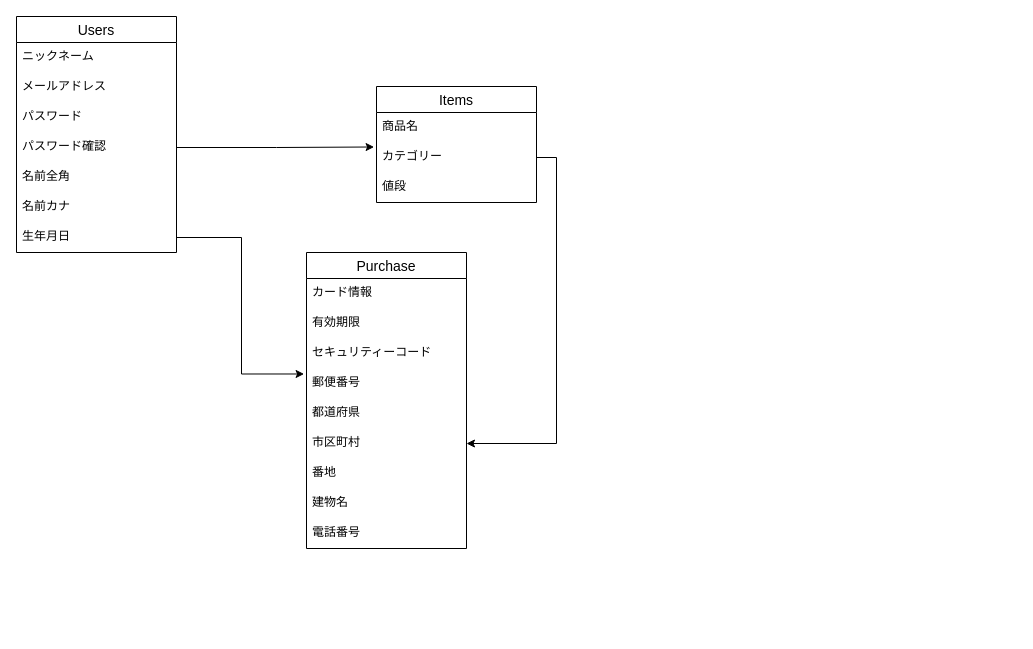
itonaga-takao/furima-34723 keeps this draw.io diagram as .dio. Above is the earlier version. Source tidied: cells renumbered, new cells numbered last; positions are measured from the earlier drawing's top-left corner, leaving out a move shared by most shapes. Both pictures are drawn from the tidied source at 100%, with x=0, y=0 at pixel (16, 16).
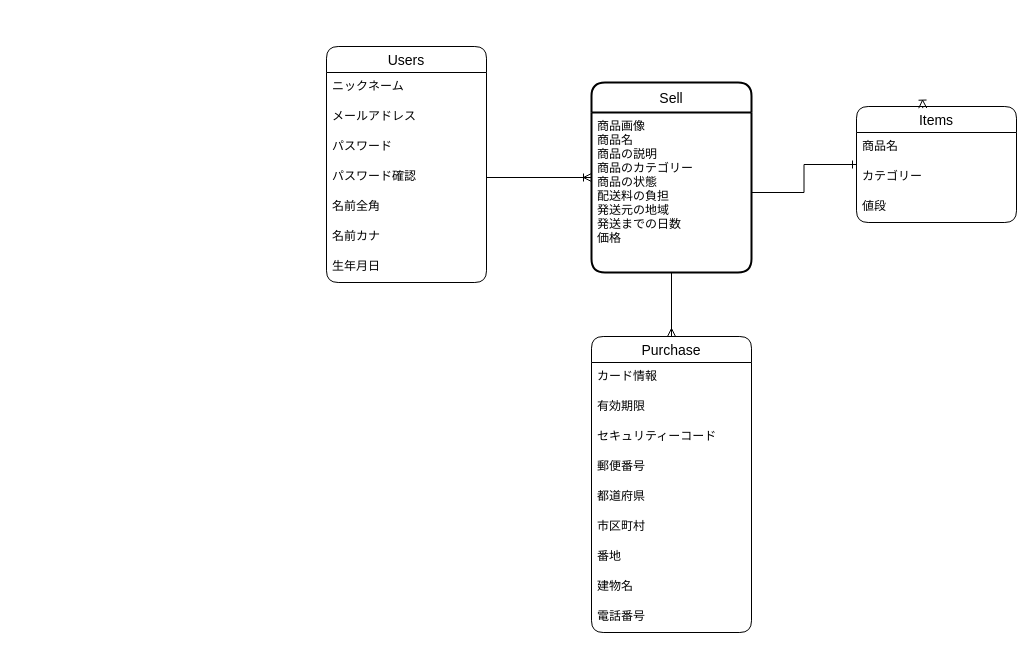
The same diagram, later.

What changed in the source:
```diff
@@
-    <mxCell id="3" value="Items" style="swimlane;fontStyle=0;horizontal=1;startSize=26;align=center;fontSize=14;" parent="1" vertex="1">
-      <mxGeometry x="360" y="70" width="160" height="116" as="geometry" />
+    <mxCell id="3" value="Items" style="swimlane;fontStyle=0;horizontal=1;startSize=26;align=center;fontSize=14;rounded=1;" parent="1" vertex="1">
+      <mxGeometry x="840" y="90" width="160" height="116" as="geometry" />
     </mxCell>
-    <mxCell id="4" value="商品名&#10;&#10;" style="text;strokeColor=none;fillColor=none;spacingLeft=4;spacingRight=4;overflow=hidden;points=[[0,0.5],[1,0.5]];portConstraint=eastwest;fontSize=12;" parent="3" vertex="1">
+    <mxCell id="4" value="商品名&#10;&#10;" style="text;strokeColor=none;fillColor=none;spacingLeft=4;spacingRight=4;overflow=hidden;points=[[0,0.5],[1,0.5]];portConstraint=eastwest;fontSize=12;rounded=1;" parent="3" vertex="1">
       <mxGeometry y="26" width="160" height="30" as="geometry" />
     </mxCell>
-    <mxCell id="5" value="カテゴリー" style="text;strokeColor=none;fillColor=none;spacingLeft=4;spacingRight=4;overflow=hidden;points=[[0,0.5],[1,0.5]];portConstraint=eastwest;fontSize=12;" parent="3" vertex="1">
+    <mxCell id="5" value="カテゴリー" style="text;strokeColor=none;fillColor=none;spacingLeft=4;spacingRight=4;overflow=hidden;points=[[0,0.5],[1,0.5]];portConstraint=eastwest;fontSize=12;rounded=1;" parent="3" vertex="1">
       <mxGeometry y="56" width="160" height="30" as="geometry" />
     </mxCell>
-    <mxCell id="6" value="値段" style="text;strokeColor=none;fillColor=none;spacingLeft=4;spacingRight=4;overflow=hidden;fontSize=12;" parent="3" vertex="1">
+    <mxCell id="6" value="値段" style="text;strokeColor=none;fillColor=none;spacingLeft=4;spacingRight=4;overflow=hidden;fontSize=12;rounded=1;" parent="3" vertex="1">
       <mxGeometry y="86" width="160" height="30" as="geometry" />
     </mxCell>
-    <mxCell id="7" value="Purchase" style="swimlane;fontStyle=0;horizontal=1;startSize=26;align=center;fontSize=14;" parent="1" vertex="1">
-      <mxGeometry x="290" y="236" width="160" height="296" as="geometry" />
+    <mxCell id="7" value="Purchase" style="swimlane;fontStyle=0;horizontal=1;startSize=26;align=center;fontSize=14;rounded=1;" parent="1" vertex="1">
+      <mxGeometry x="575" y="320" width="160" height="296" as="geometry" />
     </mxCell>
-    <mxCell id="8" value="カード情報" style="text;strokeColor=none;fillColor=none;spacingLeft=4;spacingRight=4;overflow=hidden;fontSize=12;" parent="7" vertex="1">
+    <mxCell id="8" value="カード情報" style="text;strokeColor=none;fillColor=none;spacingLeft=4;spacingRight=4;overflow=hidden;fontSize=12;rounded=1;" parent="7" vertex="1">
       <mxGeometry y="26" width="160" height="30" as="geometry" />
     </mxCell>
-    <mxCell id="9" value="有効期限" style="text;strokeColor=none;fillColor=none;spacingLeft=4;spacingRight=4;overflow=hidden;fontSize=12;" parent="7" vertex="1">
+    <mxCell id="9" value="有効期限" style="text;strokeColor=none;fillColor=none;spacingLeft=4;spacingRight=4;overflow=hidden;fontSize=12;rounded=1;" parent="7" vertex="1">
       <mxGeometry y="56" width="160" height="30" as="geometry" />
     </mxCell>
-    <mxCell id="10" value="セキュリティーコード" style="text;strokeColor=none;fillColor=none;spacingLeft=4;spacingRight=4;overflow=hidden;fontSize=12;" parent="7" vertex="1">
+    <mxCell id="10" value="セキュリティーコード" style="text;strokeColor=none;fillColor=none;spacingLeft=4;spacingRight=4;overflow=hidden;fontSize=12;rounded=1;" parent="7" vertex="1">
       <mxGeometry y="86" width="160" height="30" as="geometry" />
     </mxCell>
-    <mxCell id="11" value="郵便番号" style="text;strokeColor=none;fillColor=none;spacingLeft=4;spacingRight=4;overflow=hidden;points=[[0,0.5],[1,0.5]];portConstraint=eastwest;fontSize=12;" parent="7" vertex="1">
+    <mxCell id="11" value="郵便番号" style="text;strokeColor=none;fillColor=none;spacingLeft=4;spacingRight=4;overflow=hidden;points=[[0,0.5],[1,0.5]];portConstraint=eastwest;fontSize=12;rounded=1;" parent="7" vertex="1">
       <mxGeometry y="116" width="160" height="30" as="geometry" />
     </mxCell>
-    <mxCell id="12" value="都道府県" style="text;strokeColor=none;fillColor=none;spacingLeft=4;spacingRight=4;overflow=hidden;fontSize=12;" parent="7" vertex="1">
+    <mxCell id="12" value="都道府県" style="text;strokeColor=none;fillColor=none;spacingLeft=4;spacingRight=4;overflow=hidden;fontSize=12;rounded=1;" parent="7" vertex="1">
       <mxGeometry y="146" width="160" height="30" as="geometry" />
     </mxCell>
-    <mxCell id="13" value="市区町村" style="text;strokeColor=none;fillColor=none;spacingLeft=4;spacingRight=4;overflow=hidden;points=[[0,0.5],[1,0.5]];portConstraint=eastwest;fontSize=12;" parent="7" vertex="1">
+    <mxCell id="13" value="市区町村" style="text;strokeColor=none;fillColor=none;spacingLeft=4;spacingRight=4;overflow=hidden;points=[[0,0.5],[1,0.5]];portConstraint=eastwest;fontSize=12;rounded=1;" parent="7" vertex="1">
       <mxGeometry y="176" width="160" height="30" as="geometry" />
     </mxCell>
-    <mxCell id="14" value="番地" style="text;strokeColor=none;fillColor=none;spacingLeft=4;spacingRight=4;overflow=hidden;fontSize=12;" parent="7" vertex="1">
+    <mxCell id="14" value="番地" style="text;strokeColor=none;fillColor=none;spacingLeft=4;spacingRight=4;overflow=hidden;fontSize=12;rounded=1;" parent="7" vertex="1">
       <mxGeometry y="206" width="160" height="30" as="geometry" />
     </mxCell>
-    <mxCell id="15" value="建物名" style="text;strokeColor=none;fillColor=none;spacingLeft=4;spacingRight=4;overflow=hidden;fontSize=12;" parent="7" vertex="1">
+    <mxCell id="15" value="建物名" style="text;strokeColor=none;fillColor=none;spacingLeft=4;spacingRight=4;overflow=hidden;fontSize=12;rounded=1;" parent="7" vertex="1">
       <mxGeometry y="236" width="160" height="30" as="geometry" />
     </mxCell>
-    <mxCell id="16" value="電話番号" style="text;strokeColor=none;fillColor=none;spacingLeft=4;spacingRight=4;overflow=hidden;fontSize=12;" parent="7" vertex="1">
+    <mxCell id="16" value="電話番号" style="text;strokeColor=none;fillColor=none;spacingLeft=4;spacingRight=4;overflow=hidden;fontSize=12;rounded=1;" parent="7" vertex="1">
       <mxGeometry y="266" width="160" height="30" as="geometry" />
     </mxCell>
-    <mxCell id="17" value="Users" style="swimlane;fontStyle=0;horizontal=1;startSize=26;align=center;fontSize=14;" parent="1" vertex="1">
-      <mxGeometry width="160" height="236" as="geometry" />
+    <mxCell id="17" value="Users" style="swimlane;fontStyle=0;horizontal=1;startSize=26;align=center;fontSize=14;rounded=1;" parent="1" vertex="1">
+      <mxGeometry x="310" y="30" width="160" height="236" as="geometry" />
     </mxCell>
-    <mxCell id="18" value="ニックネーム" style="text;strokeColor=none;fillColor=none;spacingLeft=4;spacingRight=4;overflow=hidden;fontSize=12;" parent="17" vertex="1">
+    <mxCell id="18" value="ニックネーム" style="text;strokeColor=none;fillColor=none;spacingLeft=4;spacingRight=4;overflow=hidden;fontSize=12;rounded=1;" parent="17" vertex="1">
       <mxGeometry y="26" width="160" height="30" as="geometry" />
     </mxCell>
-    <mxCell id="19" value="メールアドレス" style="text;strokeColor=none;fillColor=none;spacingLeft=4;spacingRight=4;overflow=hidden;fontSize=12;" parent="17" vertex="1">
+    <mxCell id="19" value="メールアドレス" style="text;strokeColor=none;fillColor=none;spacingLeft=4;spacingRight=4;overflow=hidden;fontSize=12;rounded=1;" parent="17" vertex="1">
       <mxGeometry y="56" width="160" height="30" as="geometry" />
     </mxCell>
-    <mxCell id="20" value="パスワード" style="text;strokeColor=none;fillColor=none;spacingLeft=4;spacingRight=4;overflow=hidden;fontSize=12;" parent="17" vertex="1">
+    <mxCell id="20" value="パスワード" style="text;strokeColor=none;fillColor=none;spacingLeft=4;spacingRight=4;overflow=hidden;fontSize=12;rounded=1;" parent="17" vertex="1">
       <mxGeometry y="86" width="160" height="30" as="geometry" />
     </mxCell>
-    <mxCell id="21" value="パスワード確認" style="text;strokeColor=none;fillColor=none;spacingLeft=4;spacingRight=4;overflow=hidden;points=[[0,0.5],[1,0.5]];portConstraint=eastwest;fontSize=12;" parent="17" vertex="1">
+    <mxCell id="21" value="パスワード確認" style="text;strokeColor=none;fillColor=none;spacingLeft=4;spacingRight=4;overflow=hidden;points=[[0,0.5],[1,0.5]];portConstraint=eastwest;fontSize=12;rounded=1;" parent="17" vertex="1">
       <mxGeometry y="116" width="160" height="30" as="geometry" />
     </mxCell>
-    <mxCell id="22" value="名前全角" style="text;strokeColor=none;fillColor=none;spacingLeft=4;spacingRight=4;overflow=hidden;fontSize=12;" parent="17" vertex="1">
+    <mxCell id="22" value="名前全角" style="text;strokeColor=none;fillColor=none;spacingLeft=4;spacingRight=4;overflow=hidden;fontSize=12;rounded=1;" parent="17" vertex="1">
       <mxGeometry y="146" width="160" height="30" as="geometry" />
     </mxCell>
-    <mxCell id="23" value="名前カナ" style="text;strokeColor=none;fillColor=none;spacingLeft=4;spacingRight=4;overflow=hidden;fontSize=12;" parent="17" vertex="1">
+    <mxCell id="23" value="名前カナ" style="text;strokeColor=none;fillColor=none;spacingLeft=4;spacingRight=4;overflow=hidden;fontSize=12;rounded=1;" parent="17" vertex="1">
       <mxGeometry y="176" width="160" height="30" as="geometry" />
     </mxCell>
-    <mxCell id="24" value="生年月日" style="text;strokeColor=none;fillColor=none;spacingLeft=4;spacingRight=4;overflow=hidden;points=[[0,0.5],[1,0.5]];portConstraint=eastwest;fontSize=12;" parent="17" vertex="1">
+    <mxCell id="24" value="生年月日" style="text;strokeColor=none;fillColor=none;spacingLeft=4;spacingRight=4;overflow=hidden;points=[[0,0.5],[1,0.5]];portConstraint=eastwest;fontSize=12;rounded=1;" parent="17" vertex="1">
       <mxGeometry y="206" width="160" height="30" as="geometry" />
     </mxCell>
@@
-    <mxCell id="26" style="edgeStyle=orthogonalEdgeStyle;rounded=0;jettySize=auto;html=1;exitX=1;exitY=0.5;exitDx=0;exitDy=0;entryX=-0.015;entryY=1.15;entryDx=0;entryDy=0;entryPerimeter=0;" parent="1" edge="1" source="21" target="4">
-      <mxGeometry relative="1" as="geometry" />
-    </mxCell>
-    <mxCell id="27" style="edgeStyle=orthogonalEdgeStyle;rounded=0;jettySize=auto;html=1;exitX=1;exitY=0.5;exitDx=0;exitDy=0;entryX=-0.015;entryY=0.183;entryDx=0;entryDy=0;entryPerimeter=0;" parent="1" edge="1" source="24" target="11">
-      <mxGeometry relative="1" as="geometry" />
-    </mxCell>
-    <mxCell id="28" style="edgeStyle=orthogonalEdgeStyle;jettySize=auto;html=1;exitX=1;exitY=0.5;exitDx=0;exitDy=0;entryX=1;entryY=0.5;entryDx=0;entryDy=0;rounded=0;" parent="1" edge="1" source="5" target="13">
-      <mxGeometry relative="1" as="geometry" />
-    </mxCell>
+    <mxCell id="29" value="Sell" style="swimlane;horizontal=1;startSize=30;rounded=1;fontSize=14;fontStyle=0;strokeWidth=2;shadow=0;dashed=0;align=center;" parent="1" vertex="1">
+      <mxGeometry x="575" y="66" width="160" height="190" as="geometry" />
+    </mxCell>
+    <mxCell id="30" value="商品画像&#10;商品名&#10;商品の説明&#10;商品のカテゴリー&#10;商品の状態&#10;配送料の負担&#10;発送元の地域&#10;発送までの日数&#10;価格&#10;&#10;" style="align=left;strokeColor=none;fillColor=none;spacingLeft=4;fontSize=12;verticalAlign=top;" parent="29" vertex="1">
+      <mxGeometry y="30" width="160" height="160" as="geometry" />
+    </mxCell>
+    <mxCell id="31" style="edgeStyle=orthogonalEdgeStyle;rounded=0;orthogonalLoop=1;jettySize=auto;html=1;exitX=0.5;exitY=0;exitDx=0;exitDy=0;entryX=0.414;entryY=0.014;entryDx=0;entryDy=0;entryPerimeter=0;endArrow=ERoneToMany;endFill=0;" parent="1" edge="1" source="3" target="3">
+      <mxGeometry relative="1" as="geometry" />
+    </mxCell>
+    <mxCell id="32" style="edgeStyle=orthogonalEdgeStyle;rounded=0;jettySize=auto;html=1;exitX=1;exitY=0.5;exitDx=0;exitDy=0;entryX=0;entryY=0.5;entryDx=0;entryDy=0;endArrow=ERoneToMany;endFill=0;" parent="1" edge="1" source="21" target="29">
+      <mxGeometry relative="1" as="geometry" />
+    </mxCell>
+    <mxCell id="33" style="edgeStyle=orthogonalEdgeStyle;rounded=0;jettySize=auto;html=1;exitX=1;exitY=0.5;exitDx=0;exitDy=0;entryX=0;entryY=0.5;entryDx=0;entryDy=0;endArrow=ERone;endFill=0;" parent="1" edge="1" source="30" target="3">
+      <mxGeometry relative="1" as="geometry" />
+    </mxCell>
+    <mxCell id="34" style="edgeStyle=orthogonalEdgeStyle;rounded=0;jettySize=auto;html=1;exitX=0.5;exitY=1;exitDx=0;exitDy=0;entryX=0.5;entryY=0;entryDx=0;entryDy=0;endArrow=ERmany;endFill=0;" parent="1" edge="1" source="30" target="7">
+      <mxGeometry relative="1" as="geometry" />
+    </mxCell>
```
